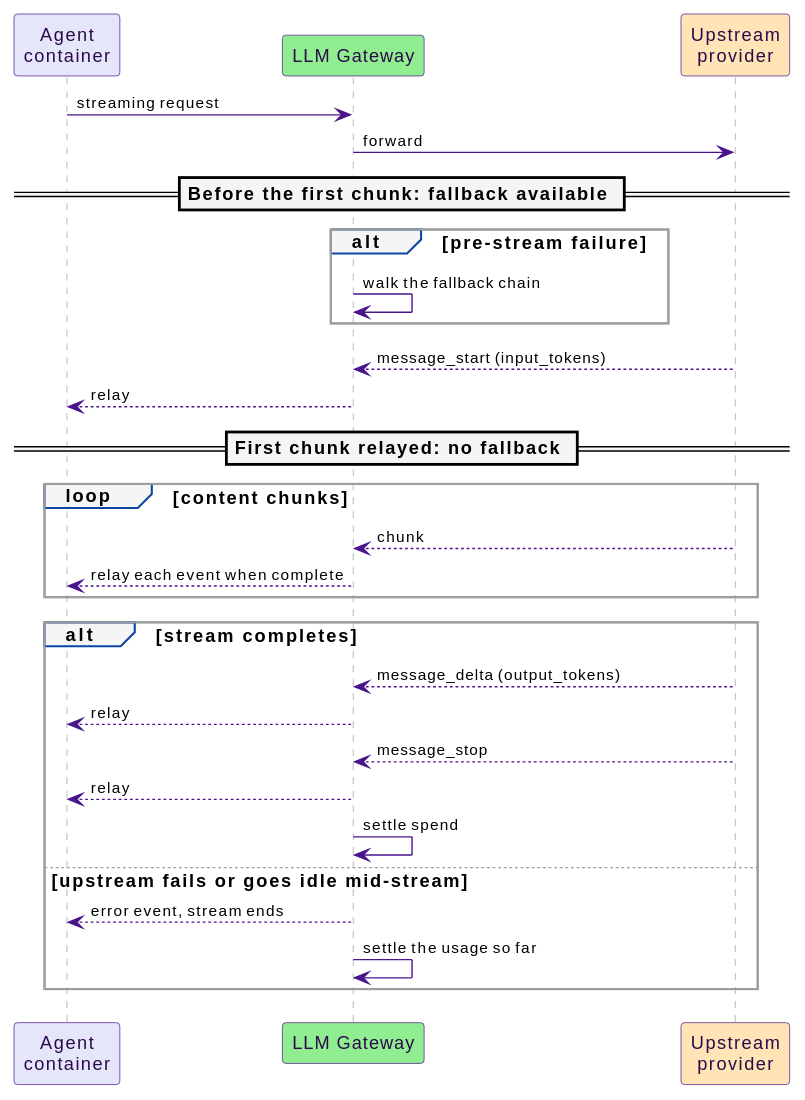
This is docs/src/diagrams/llm-streaming.svg from win07xp/kaalm, a PlantUML export, as it was before one commit.
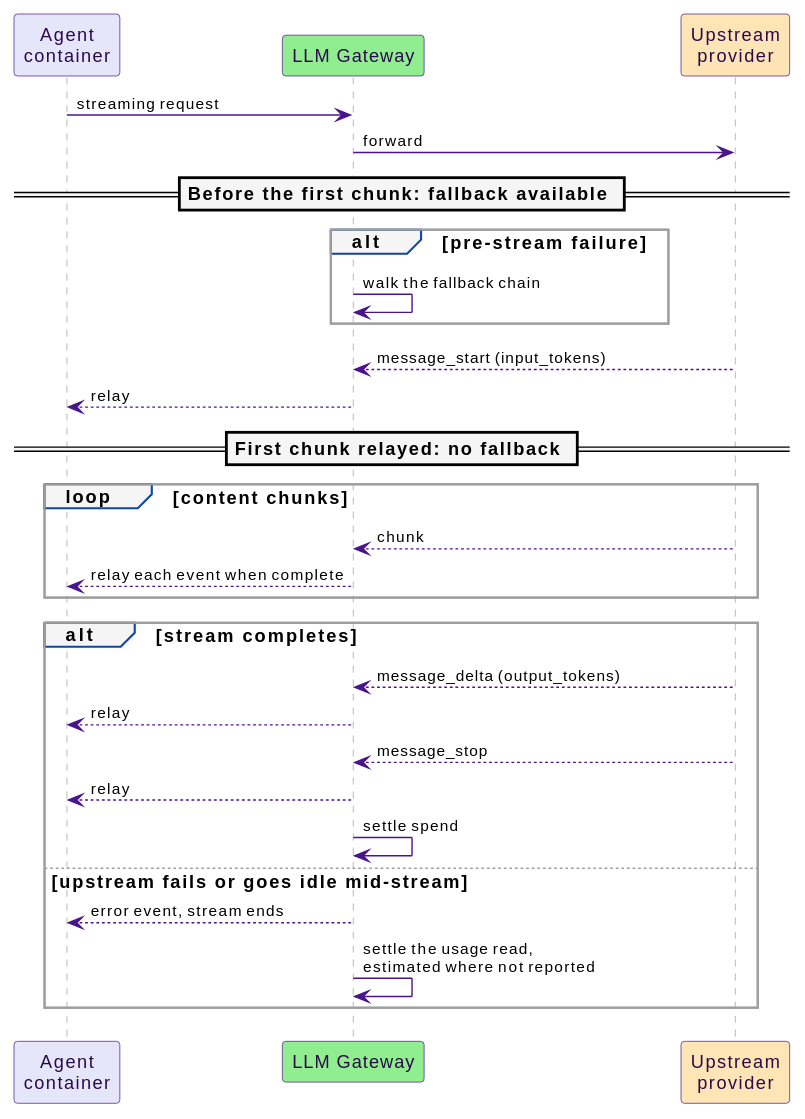
After the commit.

Commit message:
docs: describe the estimate for stream usage the provider did not report

What changed in the source:
```diff
@@ -28,6 +28,6 @@
   gw -> gw : settle spend
 else upstream fails or goes idle mid-stream
   gw --> agent : error event, stream ends
-  gw -> gw : settle the usage so far
+  gw -> gw : settle the usage read,\nestimated where not reported
 end
 @enduml
```
